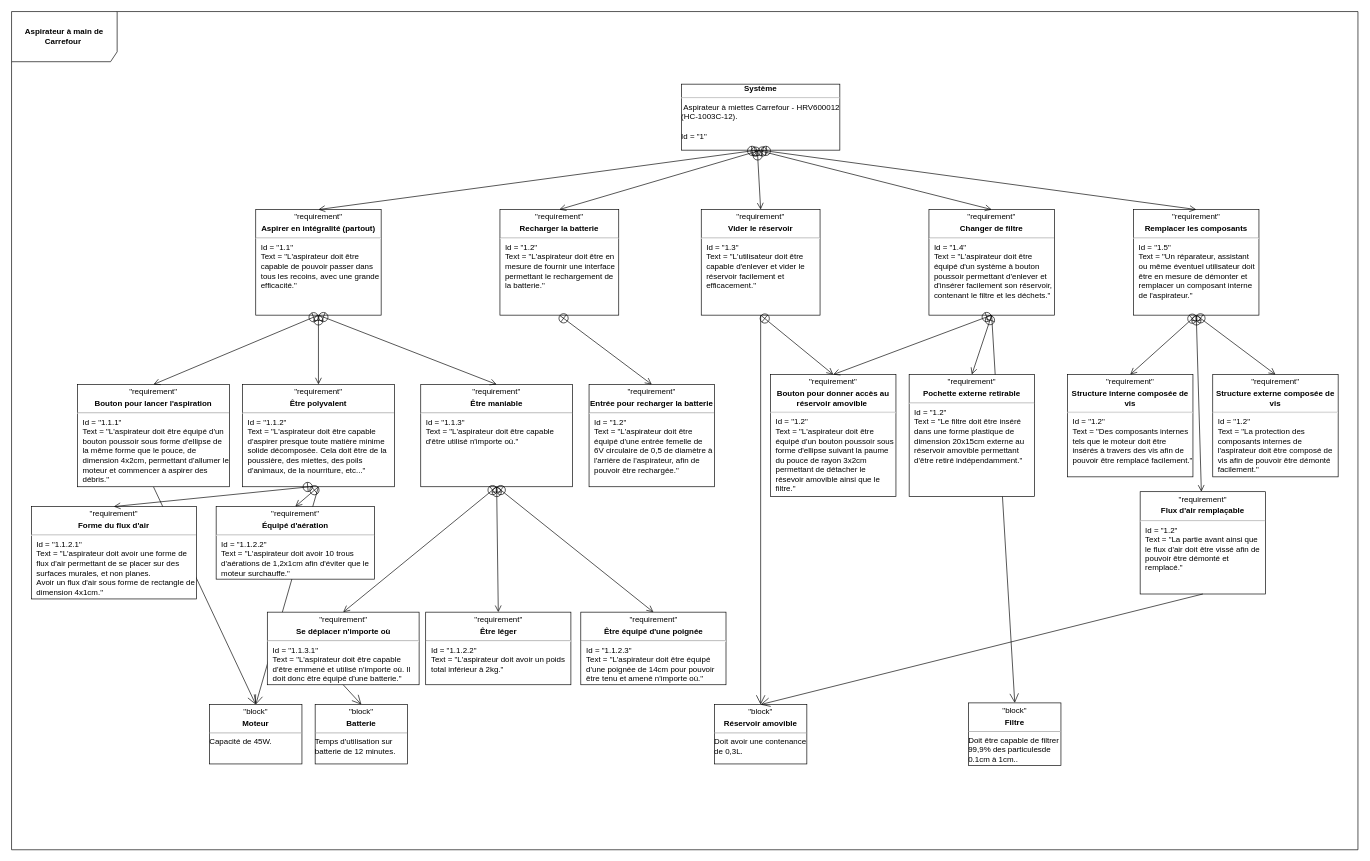
This is aspirateur_de_carrefour.drawio from vertueux/discord, a draw.io file, before an edit. Source tidied: cells renumbered, new cells numbered last; positions are measured from the earlier drawing's top-left corner, leaving out a move shared by most shapes. Both pictures are drawn from the tidied source at 66%, with x=0, y=0 at pixel (11, 11).
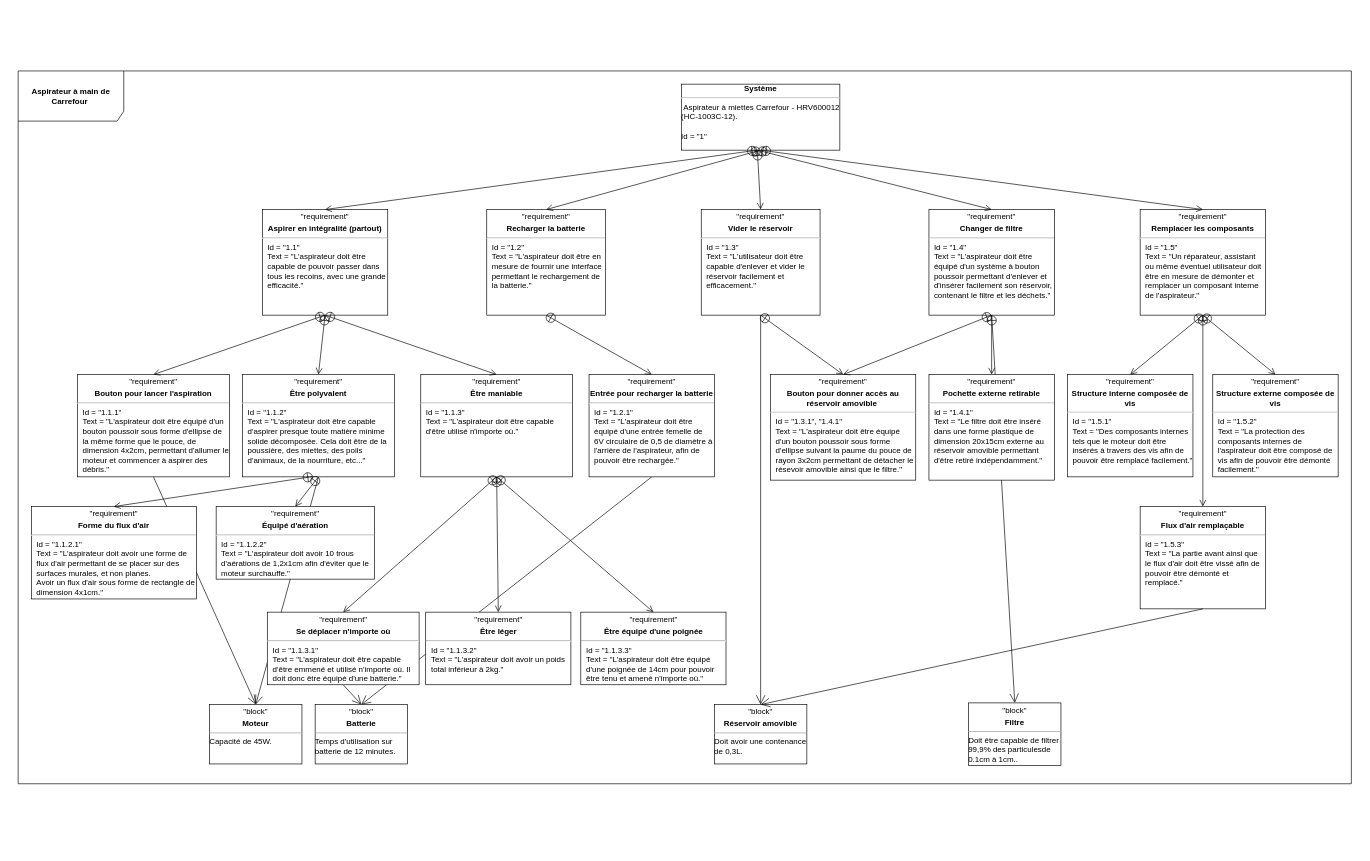
Above is the later version.

Unchanged cells that the change refers to:
```xml
<mxCell id="8" value="&lt;p style=&quot;margin:0px;margin-top:4px;text-align:center;&quot;&gt;&quot;block&quot;&lt;/p&gt;&lt;p style=&quot;margin:0px;margin-top:4px;text-align:center;&quot;&gt;&lt;b&gt;Batterie&lt;/b&gt;&lt;/p&gt;&lt;hr size=&quot;1&quot;&gt;&lt;div style=&quot;height:2px;&quot;&gt;Temps d'utilisation sur batterie de 12 minutes.&lt;/div&gt;" style="verticalAlign=top;align=left;overflow=fill;fontSize=12;fontFamily=Helvetica;html=1;whiteSpace=wrap;" parent="1" vertex="1">
  <mxGeometry x="460" y="1050" width="140" height="90" as="geometry" />
</mxCell>
```

Change to the diagram source:
```diff
@@
+    <mxCell id="53" style="endArrow=open;endFill=1;endSize=12;html=1;rounded=0;exitX=0.5;exitY=1;exitDx=0;exitDy=0;entryX=0.5;entryY=0;entryDx=0;entryDy=0;" parent="1" edge="1" source="33" target="8">
+      <mxGeometry relative="1" as="geometry" />
+    </mxCell>
@@
     <mxCell id="4" value="&lt;b&gt;Aspirateur à main de Carrefour&amp;nbsp;&lt;/b&gt;" style="shape=umlFrame;whiteSpace=wrap;html=1;width=160;height=76;" parent="1" vertex="1">
-      <mxGeometry width="2040" height="1270" as="geometry" />
+      <mxGeometry x="10" y="90" width="2020" height="1080" as="geometry" />
     </mxCell>
@@
     <mxCell id="6" value="&lt;p style=&quot;text-align: center; margin: 4px 0px 0px;&quot;&gt;&quot;requirement&quot;&lt;b&gt;&lt;br&gt;&lt;/b&gt;&lt;/p&gt;&lt;p style=&quot;text-align: center; margin: 4px 0px 0px;&quot;&gt;&lt;b&gt;Aspirer en intégralité (partout)&lt;/b&gt;&lt;/p&gt;&lt;hr&gt;&lt;p style=&quot;margin:0px;margin-left:8px;&quot;&gt;Id = &quot;1.1&quot;&lt;/p&gt;&lt;p style=&quot;margin:0px;margin-left:8px;&quot;&gt;Text = &quot;L'aspirateur doit être capable de pouvoir passer dans tous les recoins, avec une grande efficacité.&quot;&lt;/p&gt;" style="verticalAlign=top;align=left;overflow=fill;fontSize=12;fontFamily=Helvetica;html=1;whiteSpace=wrap;" parent="1" vertex="1">
-      <mxGeometry x="370" y="300" width="190" height="160" as="geometry" />
+      <mxGeometry x="380" y="300" width="190" height="160" as="geometry" />
     </mxCell>
     <mxCell id="7" value="&lt;p style=&quot;text-align: center; margin: 4px 0px 0px;&quot;&gt;&quot;requirement&quot;&lt;b&gt;&lt;br&gt;&lt;/b&gt;&lt;/p&gt;&lt;p style=&quot;text-align: center; margin: 4px 0px 0px;&quot;&gt;&lt;b&gt;Être maniable&lt;/b&gt;&lt;br&gt;&lt;/p&gt;&lt;hr&gt;&lt;p style=&quot;margin:0px;margin-left:8px;&quot;&gt;Id = &quot;1.1.3&quot;&lt;/p&gt;&lt;p style=&quot;margin:0px;margin-left:8px;&quot;&gt;Text = &quot;L'aspirateur doit être capable d'être utilisé n'importe où.&quot;&lt;/p&gt;" style="verticalAlign=top;align=left;overflow=fill;fontSize=12;fontFamily=Helvetica;html=1;whiteSpace=wrap;" parent="1" vertex="1">
-      <mxGeometry x="620" y="565" width="230" height="155" as="geometry" />
+      <mxGeometry x="620" y="550" width="230" height="155" as="geometry" />
     </mxCell>
@@
-    <mxCell id="9" value="&lt;p style=&quot;text-align: center; margin: 4px 0px 0px;&quot;&gt;&quot;requirement&quot;&lt;/p&gt;&lt;p style=&quot;text-align: center; margin: 4px 0px 0px;&quot;&gt;&lt;b&gt;Être léger&lt;/b&gt;&lt;br&gt;&lt;/p&gt;&lt;hr&gt;&lt;p style=&quot;margin:0px;margin-left:8px;&quot;&gt;Id = &quot;1.1.2.2&quot;&lt;/p&gt;&lt;p style=&quot;margin:0px;margin-left:8px;&quot;&gt;Text = &quot;L'aspirateur doit avoir un poids total inférieur à 2kg.&quot;&lt;/p&gt;" style="verticalAlign=top;align=left;overflow=fill;fontSize=12;fontFamily=Helvetica;html=1;whiteSpace=wrap;" parent="1" vertex="1">
+    <mxCell id="9" value="&lt;p style=&quot;text-align: center; margin: 4px 0px 0px;&quot;&gt;&quot;requirement&quot;&lt;/p&gt;&lt;p style=&quot;text-align: center; margin: 4px 0px 0px;&quot;&gt;&lt;b&gt;Être léger&lt;/b&gt;&lt;br&gt;&lt;/p&gt;&lt;hr&gt;&lt;p style=&quot;margin:0px;margin-left:8px;&quot;&gt;Id = &quot;1.1.3.2&quot;&lt;/p&gt;&lt;p style=&quot;margin:0px;margin-left:8px;&quot;&gt;Text = &quot;L'aspirateur doit avoir un poids total inférieur à 2kg.&quot;&lt;/p&gt;" style="verticalAlign=top;align=left;overflow=fill;fontSize=12;fontFamily=Helvetica;html=1;whiteSpace=wrap;" parent="1" vertex="1">
       <mxGeometry x="627.5" y="910" width="220" height="110" as="geometry" />
     </mxCell>
     <mxCell id="10" value="&lt;p style=&quot;text-align: center; margin: 4px 0px 0px;&quot;&gt;&quot;requirement&quot;&lt;b&gt;&lt;br&gt;&lt;/b&gt;&lt;/p&gt;&lt;p style=&quot;text-align: center; margin: 4px 0px 0px;&quot;&gt;&lt;b&gt;Être polyvalent&lt;/b&gt;&lt;br&gt;&lt;/p&gt;&lt;hr&gt;&lt;p style=&quot;margin:0px;margin-left:8px;&quot;&gt;Id = &quot;1.1.2&quot;&lt;/p&gt;&lt;p style=&quot;margin:0px;margin-left:8px;&quot;&gt;Text = &quot;L'aspirateur doit être capable d'aspirer presque toute matière minime solide décomposée. Cela doit être de la poussière, des miettes, des poils d'animaux, de la nourriture, etc...&quot;&lt;/p&gt;" style="verticalAlign=top;align=left;overflow=fill;fontSize=12;fontFamily=Helvetica;html=1;whiteSpace=wrap;" parent="1" vertex="1">
-      <mxGeometry x="350" y="565" width="230" height="155" as="geometry" />
+      <mxGeometry x="350" y="550" width="230" height="155" as="geometry" />
     </mxCell>
@@
-    <mxCell id="12" value="&lt;p style=&quot;text-align: center; margin: 4px 0px 0px;&quot;&gt;&quot;requirement&quot;&lt;/p&gt;&lt;p style=&quot;text-align: center; margin: 4px 0px 0px;&quot;&gt;&lt;b&gt;Être équipé d'une poignée&lt;/b&gt;&lt;br&gt;&lt;/p&gt;&lt;hr&gt;&lt;p style=&quot;margin:0px;margin-left:8px;&quot;&gt;Id = &quot;1.1.2.3&quot;&lt;/p&gt;&lt;p style=&quot;margin:0px;margin-left:8px;&quot;&gt;Text = &quot;L'aspirateur doit être équipé d'une poignée de 14cm pour pouvoir être tenu et amené n'importe où.&quot;&lt;/p&gt;" style="verticalAlign=top;align=left;overflow=fill;fontSize=12;fontFamily=Helvetica;html=1;whiteSpace=wrap;" parent="1" vertex="1">
+    <mxCell id="12" value="&lt;p style=&quot;text-align: center; margin: 4px 0px 0px;&quot;&gt;&quot;requirement&quot;&lt;/p&gt;&lt;p style=&quot;text-align: center; margin: 4px 0px 0px;&quot;&gt;&lt;b&gt;Être équipé d'une poignée&lt;/b&gt;&lt;br&gt;&lt;/p&gt;&lt;hr&gt;&lt;p style=&quot;margin:0px;margin-left:8px;&quot;&gt;Id = &quot;1.1.3.3&quot;&lt;/p&gt;&lt;p style=&quot;margin:0px;margin-left:8px;&quot;&gt;Text = &quot;L'aspirateur doit être équipé d'une poignée de 14cm pour pouvoir être tenu et amené n'importe où.&quot;&lt;/p&gt;" style="verticalAlign=top;align=left;overflow=fill;fontSize=12;fontFamily=Helvetica;html=1;whiteSpace=wrap;" parent="1" vertex="1">
       <mxGeometry x="862.5" y="910" width="220" height="110" as="geometry" />
     </mxCell>
@@
     <mxCell id="21" value="&lt;p style=&quot;text-align: center; margin: 4px 0px 0px;&quot;&gt;&quot;requirement&quot;&lt;b&gt;&lt;br&gt;&lt;/b&gt;&lt;/p&gt;&lt;p style=&quot;text-align: center; margin: 4px 0px 0px;&quot;&gt;&lt;b&gt;Recharger la batterie&lt;/b&gt;&lt;/p&gt;&lt;hr&gt;&lt;p style=&quot;margin:0px;margin-left:8px;&quot;&gt;Id = &quot;1.2&quot;&lt;/p&gt;&lt;p style=&quot;margin:0px;margin-left:8px;&quot;&gt;Text = &quot;L'aspirateur doit être en mesure de fournir une interface permettant le rechargement de la batterie.&quot;&lt;/p&gt;" style="verticalAlign=top;align=left;overflow=fill;fontSize=12;fontFamily=Helvetica;html=1;whiteSpace=wrap;" parent="1" vertex="1">
-      <mxGeometry x="740" y="300" width="180" height="160" as="geometry" />
+      <mxGeometry x="720" y="300" width="180" height="160" as="geometry" />
     </mxCell>
@@
     <mxCell id="25" value="&lt;p style=&quot;text-align: center; margin: 4px 0px 0px;&quot;&gt;&quot;requirement&quot;&lt;b&gt;&lt;br&gt;&lt;/b&gt;&lt;/p&gt;&lt;p style=&quot;text-align: center; margin: 4px 0px 0px;&quot;&gt;&lt;b&gt;Remplacer les composants&lt;/b&gt;&lt;/p&gt;&lt;hr&gt;&lt;p style=&quot;margin:0px;margin-left:8px;&quot;&gt;Id = &quot;1.5&quot;&lt;/p&gt;&lt;p style=&quot;margin:0px;margin-left:8px;&quot;&gt;Text = &quot;Un réparateur, assistant ou même éventuel utilisateur doit être en mesure de démonter et remplacer un composant interne de l'aspirateur.&quot;&lt;/p&gt;" style="verticalAlign=top;align=left;overflow=fill;fontSize=12;fontFamily=Helvetica;html=1;whiteSpace=wrap;" parent="1" vertex="1">
-      <mxGeometry x="1700" y="300" width="190" height="160" as="geometry" />
+      <mxGeometry x="1710" y="300" width="190" height="160" as="geometry" />
     </mxCell>
@@
-    <mxCell id="33" value="&lt;p style=&quot;text-align: center; margin: 4px 0px 0px;&quot;&gt;&quot;requirement&quot;&lt;b&gt;&lt;br&gt;&lt;/b&gt;&lt;/p&gt;&lt;p style=&quot;text-align: center; margin: 4px 0px 0px;&quot;&gt;&lt;b&gt;Entrée pour recharger la batterie&lt;/b&gt;&lt;/p&gt;&lt;hr&gt;&lt;p style=&quot;margin:0px;margin-left:8px;&quot;&gt;Id = &quot;1.2&quot;&lt;/p&gt;&lt;p style=&quot;margin:0px;margin-left:8px;&quot;&gt;Text = &quot;L'aspirateur doit être équipé d'une entrée femelle de 6V circulaire de 0,5 de diamètre à l'arrière de l'aspirateur, afin de pouvoir être rechargée.&quot;&lt;/p&gt;" style="verticalAlign=top;align=left;overflow=fill;fontSize=12;fontFamily=Helvetica;html=1;whiteSpace=wrap;" parent="1" vertex="1">
-      <mxGeometry x="875" y="565" width="190" height="155" as="geometry" />
+    <mxCell id="33" value="&lt;p style=&quot;text-align: center; margin: 4px 0px 0px;&quot;&gt;&quot;requirement&quot;&lt;b&gt;&lt;br&gt;&lt;/b&gt;&lt;/p&gt;&lt;p style=&quot;text-align: center; margin: 4px 0px 0px;&quot;&gt;&lt;b&gt;Entrée pour recharger la batterie&lt;/b&gt;&lt;/p&gt;&lt;hr&gt;&lt;p style=&quot;margin:0px;margin-left:8px;&quot;&gt;Id = &quot;1.2.1&quot;&lt;/p&gt;&lt;p style=&quot;margin:0px;margin-left:8px;&quot;&gt;Text = &quot;L'aspirateur doit être équipé d'une entrée femelle de 6V circulaire de 0,5 de diamètre à l'arrière de l'aspirateur, afin de pouvoir être rechargée.&quot;&lt;/p&gt;" style="verticalAlign=top;align=left;overflow=fill;fontSize=12;fontFamily=Helvetica;html=1;whiteSpace=wrap;" parent="1" vertex="1">
+      <mxGeometry x="875" y="550" width="190" height="155" as="geometry" />
     </mxCell>
@@
-    <mxCell id="35" value="&lt;p style=&quot;text-align: center; margin: 4px 0px 0px;&quot;&gt;&quot;requirement&quot;&lt;b&gt;&lt;br&gt;&lt;/b&gt;&lt;/p&gt;&lt;p style=&quot;text-align: center; margin: 4px 0px 0px;&quot;&gt;&lt;b&gt;Bouton pour donner accès au réservoir amovible&lt;/b&gt;&lt;b style=&quot;background-color: initial;&quot;&gt;&amp;nbsp;&lt;/b&gt;&lt;/p&gt;&lt;hr&gt;&lt;p style=&quot;margin:0px;margin-left:8px;&quot;&gt;Id = &quot;1.2&quot;&lt;/p&gt;&lt;p style=&quot;margin:0px;margin-left:8px;&quot;&gt;Text = &quot;L'aspirateur doit être équipé d'un bouton poussoir sous forme d'ellipse suivant la paume du pouce de rayon 3x2cm permettant de détacher le résevoir amovible ainsi que le filtre.&quot;&lt;/p&gt;" style="verticalAlign=top;align=left;overflow=fill;fontSize=12;fontFamily=Helvetica;html=1;whiteSpace=wrap;" parent="1" vertex="1">
-      <mxGeometry x="1150" y="550" width="190" height="185" as="geometry" />
+    <mxCell id="35" value="&lt;p style=&quot;text-align: center; margin: 4px 0px 0px;&quot;&gt;&quot;requirement&quot;&lt;b&gt;&lt;br&gt;&lt;/b&gt;&lt;/p&gt;&lt;p style=&quot;text-align: center; margin: 4px 0px 0px;&quot;&gt;&lt;b&gt;Bouton pour donner accès au réservoir amovible&lt;/b&gt;&lt;b style=&quot;background-color: initial;&quot;&gt;&amp;nbsp;&lt;/b&gt;&lt;/p&gt;&lt;hr&gt;&lt;p style=&quot;margin:0px;margin-left:8px;&quot;&gt;Id = &quot;1.3.1&quot;, &quot;1.4.1&quot;&lt;/p&gt;&lt;p style=&quot;margin:0px;margin-left:8px;&quot;&gt;Text = &quot;L'aspirateur doit être équipé d'un bouton poussoir sous forme d'ellipse suivant la paume du pouce de rayon 3x2cm permettant de détacher le résevoir amovible ainsi que le filtre.&quot;&lt;/p&gt;" style="verticalAlign=top;align=left;overflow=fill;fontSize=12;fontFamily=Helvetica;html=1;whiteSpace=wrap;" parent="1" vertex="1">
+      <mxGeometry x="1150" y="550" width="220" height="160" as="geometry" />
     </mxCell>
     <mxCell id="36" value="&lt;p style=&quot;text-align: center; margin: 4px 0px 0px;&quot;&gt;&quot;requirement&quot;&lt;b&gt;&lt;br&gt;&lt;/b&gt;&lt;/p&gt;&lt;p style=&quot;text-align: center; margin: 4px 0px 0px;&quot;&gt;&lt;b&gt;Bouton pour lancer l'aspiration&lt;/b&gt;&lt;br&gt;&lt;/p&gt;&lt;hr&gt;&lt;p style=&quot;margin:0px;margin-left:8px;&quot;&gt;Id = &quot;1.1.1&quot;&lt;/p&gt;&lt;p style=&quot;margin:0px;margin-left:8px;&quot;&gt;Text = &quot;L'aspirateur doit être équipé d'un bouton poussoir sous forme d'ellipse de la même forme que le pouce, de dimension 4x2cm, permettant d'allumer le moteur et commencer à aspirer des débris.&quot;&lt;/p&gt;" style="verticalAlign=top;align=left;overflow=fill;fontSize=12;fontFamily=Helvetica;html=1;whiteSpace=wrap;" parent="1" vertex="1">
-      <mxGeometry x="100" y="565" width="230" height="155" as="geometry" />
+      <mxGeometry x="100" y="550" width="230" height="155" as="geometry" />
     </mxCell>
@@
-    <mxCell id="44" value="&lt;p style=&quot;text-align: center; margin: 4px 0px 0px;&quot;&gt;&quot;requirement&quot;&lt;b&gt;&lt;br&gt;&lt;/b&gt;&lt;/p&gt;&lt;p style=&quot;text-align: center; margin: 4px 0px 0px;&quot;&gt;&lt;b&gt;Pochette externe retirable&lt;/b&gt;&lt;/p&gt;&lt;hr&gt;&lt;p style=&quot;margin:0px;margin-left:8px;&quot;&gt;Id = &quot;1.2&quot;&lt;/p&gt;&lt;p style=&quot;margin:0px;margin-left:8px;&quot;&gt;Text = &quot;Le filtre doit être inséré dans une forme plastique de dimension 20x15cm externe au réservoir amovible permettant d'être retiré indépendamment.&quot;&lt;/p&gt;" style="verticalAlign=top;align=left;overflow=fill;fontSize=12;fontFamily=Helvetica;html=1;whiteSpace=wrap;" parent="1" vertex="1">
-      <mxGeometry x="1360" y="550" width="190" height="185" as="geometry" />
+    <mxCell id="44" value="&lt;p style=&quot;text-align: center; margin: 4px 0px 0px;&quot;&gt;&quot;requirement&quot;&lt;b&gt;&lt;br&gt;&lt;/b&gt;&lt;/p&gt;&lt;p style=&quot;text-align: center; margin: 4px 0px 0px;&quot;&gt;&lt;b&gt;Pochette externe retirable&lt;/b&gt;&lt;/p&gt;&lt;hr&gt;&lt;p style=&quot;margin:0px;margin-left:8px;&quot;&gt;Id = &quot;1.4.1&quot;&lt;/p&gt;&lt;p style=&quot;margin:0px;margin-left:8px;&quot;&gt;Text = &quot;Le filtre doit être inséré dans une forme plastique de dimension 20x15cm externe au réservoir amovible permettant d'être retiré indépendamment.&quot;&lt;/p&gt;" style="verticalAlign=top;align=left;overflow=fill;fontSize=12;fontFamily=Helvetica;html=1;whiteSpace=wrap;" parent="1" vertex="1">
+      <mxGeometry x="1390" y="550" width="190" height="160" as="geometry" />
     </mxCell>
@@
-    <mxCell id="46" value="&lt;p style=&quot;text-align: center; margin: 4px 0px 0px;&quot;&gt;&quot;requirement&quot;&lt;b&gt;&lt;br&gt;&lt;/b&gt;&lt;/p&gt;&lt;p style=&quot;text-align: center; margin: 4px 0px 0px;&quot;&gt;&lt;b&gt;Structure externe composée de vis&lt;/b&gt;&lt;/p&gt;&lt;hr&gt;&lt;p style=&quot;margin:0px;margin-left:8px;&quot;&gt;Id = &quot;1.2&quot;&lt;/p&gt;&lt;p style=&quot;margin:0px;margin-left:8px;&quot;&gt;Text = &quot;La protection des composants internes de l'aspirateur doit être composé de vis afin de pouvoir être démonté facilement.&quot;&lt;/p&gt;" style="verticalAlign=top;align=left;overflow=fill;fontSize=12;fontFamily=Helvetica;html=1;whiteSpace=wrap;" parent="1" vertex="1">
+    <mxCell id="46" value="&lt;p style=&quot;text-align: center; margin: 4px 0px 0px;&quot;&gt;&quot;requirement&quot;&lt;b&gt;&lt;br&gt;&lt;/b&gt;&lt;/p&gt;&lt;p style=&quot;text-align: center; margin: 4px 0px 0px;&quot;&gt;&lt;b&gt;Structure externe composée de vis&lt;/b&gt;&lt;/p&gt;&lt;hr&gt;&lt;p style=&quot;margin:0px;margin-left:8px;&quot;&gt;Id = &quot;1.5.2&quot;&lt;/p&gt;&lt;p style=&quot;margin:0px;margin-left:8px;&quot;&gt;Text = &quot;La protection des composants internes de l'aspirateur doit être composé de vis afin de pouvoir être démonté facilement.&quot;&lt;/p&gt;" style="verticalAlign=top;align=left;overflow=fill;fontSize=12;fontFamily=Helvetica;html=1;whiteSpace=wrap;" parent="1" vertex="1">
       <mxGeometry x="1820" y="550" width="190" height="155" as="geometry" />
     </mxCell>
-    <mxCell id="47" value="&lt;p style=&quot;text-align: center; margin: 4px 0px 0px;&quot;&gt;&quot;requirement&quot;&lt;b&gt;&lt;br&gt;&lt;/b&gt;&lt;/p&gt;&lt;p style=&quot;text-align: center; margin: 4px 0px 0px;&quot;&gt;&lt;b&gt;Structure interne composée de vis&lt;/b&gt;&lt;/p&gt;&lt;hr&gt;&lt;p style=&quot;margin:0px;margin-left:8px;&quot;&gt;Id = &quot;1.2&quot;&lt;/p&gt;&lt;p style=&quot;margin:0px;margin-left:8px;&quot;&gt;Text = &quot;Des composants internes tels que le moteur doit être insérés à travers des vis afin de pouvoir être remplacé facilement.&quot;&lt;/p&gt;" style="verticalAlign=top;align=left;overflow=fill;fontSize=12;fontFamily=Helvetica;html=1;whiteSpace=wrap;" parent="1" vertex="1">
+    <mxCell id="47" value="&lt;p style=&quot;text-align: center; margin: 4px 0px 0px;&quot;&gt;&quot;requirement&quot;&lt;b&gt;&lt;br&gt;&lt;/b&gt;&lt;/p&gt;&lt;p style=&quot;text-align: center; margin: 4px 0px 0px;&quot;&gt;&lt;b&gt;Structure interne composée de vis&lt;/b&gt;&lt;/p&gt;&lt;hr&gt;&lt;p style=&quot;margin:0px;margin-left:8px;&quot;&gt;Id = &quot;1.5.1&quot;&lt;/p&gt;&lt;p style=&quot;margin:0px;margin-left:8px;&quot;&gt;Text = &quot;Des composants internes tels que le moteur doit être insérés à travers des vis afin de pouvoir être remplacé facilement.&quot;&lt;/p&gt;" style="verticalAlign=top;align=left;overflow=fill;fontSize=12;fontFamily=Helvetica;html=1;whiteSpace=wrap;" parent="1" vertex="1">
       <mxGeometry x="1600" y="550" width="190" height="155" as="geometry" />
     </mxCell>
@@
-    <mxCell id="50" value="&lt;p style=&quot;text-align: center; margin: 4px 0px 0px;&quot;&gt;&quot;requirement&quot;&lt;b&gt;&lt;br&gt;&lt;/b&gt;&lt;/p&gt;&lt;p style=&quot;text-align: center; margin: 4px 0px 0px;&quot;&gt;&lt;b&gt;Flux d'air remplaçable&lt;/b&gt;&lt;/p&gt;&lt;hr&gt;&lt;p style=&quot;margin:0px;margin-left:8px;&quot;&gt;Id = &quot;1.2&quot;&lt;/p&gt;&lt;p style=&quot;margin:0px;margin-left:8px;&quot;&gt;Text = &quot;La partie avant ainsi que le flux d'air doit être vissé afin de pouvoir être démonté et remplacé.&quot;&lt;/p&gt;" style="verticalAlign=top;align=left;overflow=fill;fontSize=12;fontFamily=Helvetica;html=1;whiteSpace=wrap;" parent="1" vertex="1">
-      <mxGeometry x="1710" y="727.5" width="190" height="155" as="geometry" />
+    <mxCell id="50" value="&lt;p style=&quot;text-align: center; margin: 4px 0px 0px;&quot;&gt;&quot;requirement&quot;&lt;b&gt;&lt;br&gt;&lt;/b&gt;&lt;/p&gt;&lt;p style=&quot;text-align: center; margin: 4px 0px 0px;&quot;&gt;&lt;b&gt;Flux d'air remplaçable&lt;/b&gt;&lt;/p&gt;&lt;hr&gt;&lt;p style=&quot;margin:0px;margin-left:8px;&quot;&gt;Id = &quot;1.5.3&quot;&lt;/p&gt;&lt;p style=&quot;margin:0px;margin-left:8px;&quot;&gt;Text = &quot;La partie avant ainsi que le flux d'air doit être vissé afin de pouvoir être démonté et remplacé.&quot;&lt;/p&gt;" style="verticalAlign=top;align=left;overflow=fill;fontSize=12;fontFamily=Helvetica;html=1;whiteSpace=wrap;" parent="1" vertex="1">
+      <mxGeometry x="1710" y="750" width="190" height="155" as="geometry" />
     </mxCell>
```
